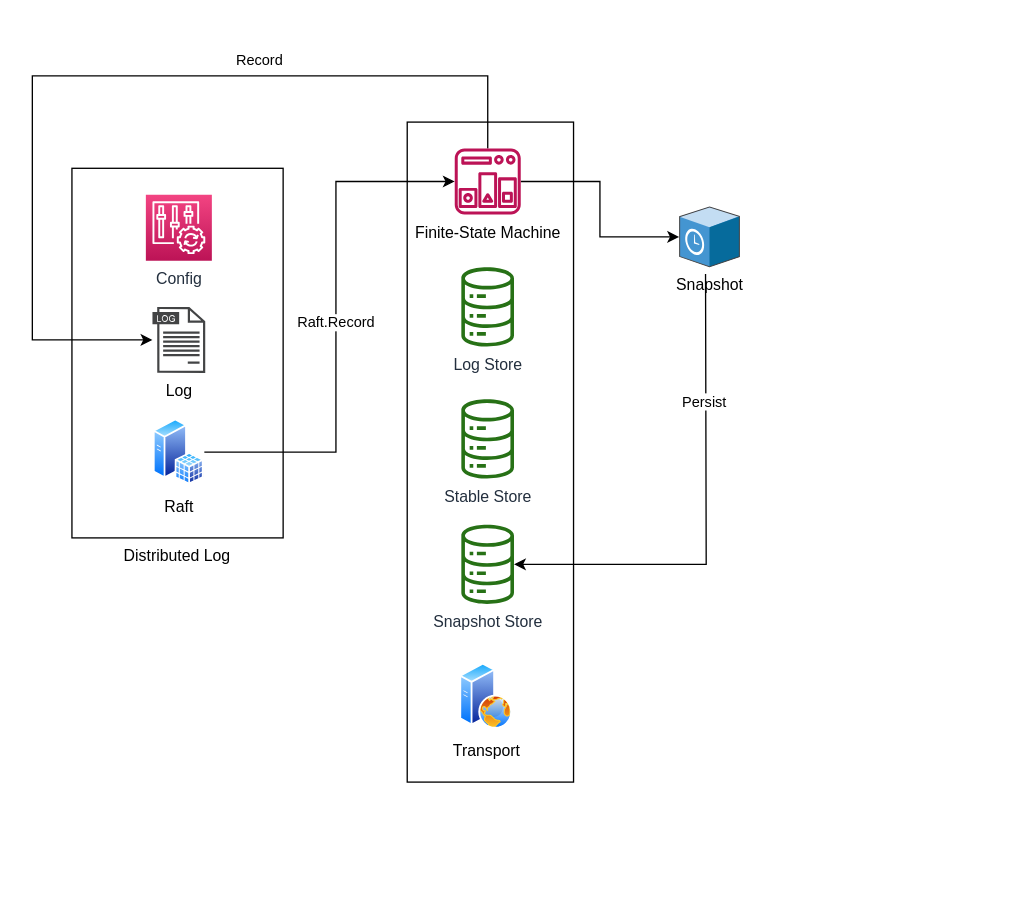
Before: page "Raft in Service" (5 of 5) of DistributedServicesWithGo/documents/DistributedServicesWithGo.drawio in utwoo/DistributedServicesWithGo, a draw.io diagram. Source tidied: cells renumbered, new cells numbered last; positions are measured from the earlier drawing's top-left corner, leaving out a move shared by most shapes. Both pictures are drawn from the tidied source at 132%, with x=0, y=0 at pixel (32, 75).
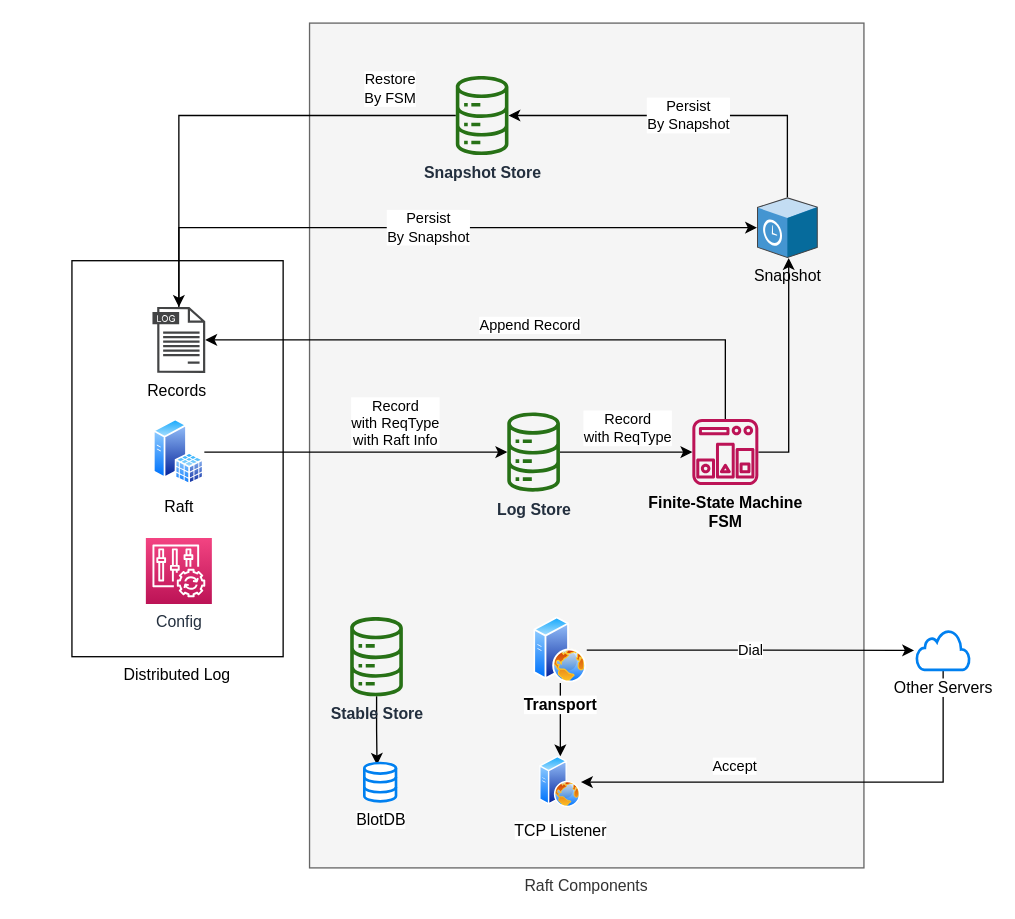
The same diagram, later.

Commit message (it also covers changes not shown here):
Chapter 8: Test the Distributed Log

Diff of the diagram source:
```diff
@@
-    <mxCell id="2" style="rounded=0;whiteSpace=wrap;html=1;" parent="1" vertex="1">
-      <mxGeometry x="284" y="35" width="126" height="500" as="geometry" />
-    </mxCell>
-    <mxCell id="3" style="group;" parent="1" vertex="1">
-      <mxGeometry x="30" y="70" width="160" height="280" as="geometry" />
-    </mxCell>
+    <mxCell id="18" value="Raft Components" style="rounded=0;whiteSpace=wrap;html=1;fillColor=#f5f5f5;strokeColor=#666666;fontColor=#333333;labelPosition=center;verticalLabelPosition=bottom;align=center;verticalAlign=top;" parent="1" vertex="1">
+      <mxGeometry x="210" y="-40" width="420" height="640" as="geometry" />
+    </mxCell>
-    <mxCell id="4" value="Distributed Log" style="rounded=0;whiteSpace=wrap;html=1;labelPosition=center;verticalLabelPosition=bottom;align=center;verticalAlign=top;" parent="3" vertex="1">
-      <mxGeometry width="160" height="280" as="geometry" />
+    <mxCell id="4" value="Distributed Log" style="rounded=0;whiteSpace=wrap;html=1;labelPosition=center;verticalLabelPosition=bottom;align=center;verticalAlign=top;" parent="1" vertex="1">
+      <mxGeometry x="30" y="140" width="160" height="300" as="geometry" />
     </mxCell>
+    <mxCell id="8" style="edgeStyle=orthogonalEdgeStyle;rounded=0;jettySize=auto;html=1;" parent="1" edge="1" source="11" target="6">
+      <mxGeometry relative="1" as="geometry">
+        <Array as="points">
+          <mxPoint x="525" y="200" />
+        </Array>
+      </mxGeometry>
+    </mxCell>
+    <mxCell id="19" value="Append Record" style="edgeLabel;html=1;align=center;verticalAlign=middle;" parent="8" vertex="1">
+      <mxGeometry x="-0.19" y="-2" relative="1" as="geometry">
+        <mxPoint x="-24.1" y="-10" as="offset" />
+      </mxGeometry>
+    </mxCell>
+    <mxCell id="9" style="edgeStyle=orthogonalEdgeStyle;rounded=0;jettySize=auto;html=1;" parent="1" edge="1" source="11" target="17">
+      <mxGeometry relative="1" as="geometry">
+        <Array as="points">
+          <mxPoint x="573" y="285" />
+        </Array>
+      </mxGeometry>
+    </mxCell>
+    <mxCell id="11" value="&lt;span style=&quot;color: rgb(0 , 0 , 0)&quot;&gt;Finite-State Machine&lt;br&gt;FSM&lt;br&gt;&lt;/span&gt;" style="outlineConnect=0;fontColor=#232F3E;gradientColor=none;fillColor=#BC1356;strokeColor=none;dashed=0;verticalLabelPosition=bottom;verticalAlign=top;align=center;html=1;fontSize=12;fontStyle=1;shape=mxgraph.aws4.state_manager;" parent="1" vertex="1">
+      <mxGeometry x="500" y="260" width="50" height="50" as="geometry" />
+    </mxCell>
+    <mxCell id="20" value="Record&lt;br&gt;with ReqType" style="edgeStyle=orthogonalEdgeStyle;rounded=0;jettySize=auto;html=1;" parent="1" edge="1" source="12" target="11">
+      <mxGeometry x="0.02" y="18" relative="1" as="geometry" />
+    </mxCell>
+    <mxCell id="12" value="Log Store" style="outlineConnect=0;fontColor=#232F3E;gradientColor=none;fillColor=#277116;strokeColor=none;dashed=0;verticalLabelPosition=bottom;verticalAlign=top;align=center;html=1;fontSize=12;fontStyle=1;shape=mxgraph.aws4.iot_analytics_data_store;" parent="1" vertex="1">
+      <mxGeometry x="359" y="255" width="41.5" height="60" as="geometry" />
+    </mxCell>
+    <mxCell id="21" style="edgeStyle=orthogonalEdgeStyle;rounded=0;jettySize=auto;html=1;entryX=0.401;entryY=0.048;entryDx=0;entryDy=0;entryPerimeter=0;" parent="1" edge="1" source="13" target="29">
+      <mxGeometry relative="1" as="geometry" />
+    </mxCell>
+    <mxCell id="13" value="Stable Store" style="outlineConnect=0;fontColor=#232F3E;gradientColor=none;fillColor=#277116;strokeColor=none;dashed=0;verticalLabelPosition=bottom;verticalAlign=top;align=center;html=1;fontSize=12;fontStyle=1;shape=mxgraph.aws4.iot_analytics_data_store;" parent="1" vertex="1">
+      <mxGeometry x="240" y="410" width="41.5" height="60" as="geometry" />
+    </mxCell>
+    <mxCell id="22" style="edgeStyle=orthogonalEdgeStyle;rounded=0;jettySize=auto;html=1;" parent="1" edge="1" source="14" target="30">
+      <mxGeometry relative="1" as="geometry" />
+    </mxCell>
+    <mxCell id="23" value="Dial" style="edgeStyle=orthogonalEdgeStyle;rounded=0;jettySize=auto;html=1;entryX=-0.05;entryY=0.507;entryDx=0;entryDy=0;entryPerimeter=0;" parent="1" edge="1" source="14" target="32">
+      <mxGeometry relative="1" as="geometry" />
+    </mxCell>
+    <mxCell id="14" value="Transport" style="perimeter=ellipsePerimeter;html=1;align=center;shadow=0;dashed=0;spacingTop=3;image;image=img/lib/active_directory/web_server.svg;fontStyle=1;" parent="1" vertex="1">
+      <mxGeometry x="380" y="410" width="40" height="50" as="geometry" />
+    </mxCell>
+    <mxCell id="24" value="Restore&lt;br&gt;By FSM" style="edgeStyle=orthogonalEdgeStyle;rounded=0;jettySize=auto;html=1;" parent="1" edge="1" source="16" target="6">
+      <mxGeometry x="-0.72" y="-20" relative="1" as="geometry" />
+    </mxCell>
+    <mxCell id="16" value="Snapshot Store" style="outlineConnect=0;fontColor=#232F3E;gradientColor=none;fillColor=#277116;strokeColor=none;dashed=0;verticalLabelPosition=bottom;verticalAlign=top;align=center;html=1;fontSize=12;fontStyle=1;shape=mxgraph.aws4.iot_analytics_data_store;" parent="1" vertex="1">
+      <mxGeometry x="320" width="41.5" height="60" as="geometry" />
+    </mxCell>
+    <mxCell id="25" value="Persist&lt;br&gt;By Snapshot" style="edgeStyle=orthogonalEdgeStyle;rounded=0;jettySize=auto;html=1;" parent="1" edge="1" source="17" target="16">
+      <mxGeometry relative="1" as="geometry">
+        <Array as="points">
+          <mxPoint x="572" y="30" />
+        </Array>
+      </mxGeometry>
+    </mxCell>
+    <mxCell id="17" value="Snapshot" style="shadow=0;dashed=0;html=1;labelPosition=center;verticalLabelPosition=bottom;verticalAlign=top;align=center;outlineConnect=0;shape=mxgraph.veeam.3d.failover_protective_snapshot;" parent="1" vertex="1">
+      <mxGeometry x="549" y="92" width="46" height="46" as="geometry" />
+    </mxCell>
+    <mxCell id="26" style="edgeStyle=orthogonalEdgeStyle;rounded=0;jettySize=auto;html=1;" parent="1" edge="1" source="7" target="12">
+      <mxGeometry relative="1" as="geometry" />
+    </mxCell>
+    <mxCell id="27" value="Record&lt;br&gt;with ReqType&lt;br&gt;with Raft Info" style="edgeLabel;html=1;align=center;verticalAlign=middle;" parent="26" vertex="1">
+      <mxGeometry x="0.23" y="-2" relative="1" as="geometry">
+        <mxPoint x="2.8" y="-25" as="offset" />
+      </mxGeometry>
+    </mxCell>
-    <mxCell id="5" value="Config" style="fontColor=#232F3E;gradientColor=#F34482;gradientDirection=north;fillColor=#BC1356;strokeColor=#ffffff;dashed=0;verticalLabelPosition=bottom;verticalAlign=top;align=center;html=1;fontSize=12;fontStyle=0;shape=mxgraph.aws4.resourceIcon;resIcon=mxgraph.aws4.config;" parent="3" vertex="1">
-      <mxGeometry x="56" y="20" width="50" height="50" as="geometry" />
+    <mxCell id="5" value="Config" style="fontColor=#232F3E;gradientColor=#F34482;gradientDirection=north;fillColor=#BC1356;strokeColor=#ffffff;dashed=0;verticalLabelPosition=bottom;verticalAlign=top;align=center;html=1;fontSize=12;fontStyle=0;shape=mxgraph.aws4.resourceIcon;resIcon=mxgraph.aws4.config;" parent="1" vertex="1">
+      <mxGeometry x="86" y="350" width="50" height="50" as="geometry" />
     </mxCell>
+    <mxCell id="28" value="Persist&lt;br&gt;By Snapshot" style="edgeStyle=orthogonalEdgeStyle;rounded=0;jettySize=auto;html=1;" parent="1" edge="1" source="6" target="17">
+      <mxGeometry relative="1" as="geometry">
+        <Array as="points">
+          <mxPoint x="111" y="115" />
+        </Array>
+      </mxGeometry>
+    </mxCell>
-    <mxCell id="6" value="Log" style="shadow=0;dashed=0;html=1;strokeColor=none;fillColor=#434445;labelPosition=center;verticalLabelPosition=bottom;verticalAlign=top;align=center;outlineConnect=0;shape=mxgraph.vvd.log_files;" parent="3" vertex="1">
-      <mxGeometry x="61" y="105" width="40" height="50" as="geometry" />
+    <mxCell id="6" value="Records&amp;nbsp;" style="shadow=0;dashed=0;html=1;strokeColor=none;fillColor=#434445;labelPosition=center;verticalLabelPosition=bottom;verticalAlign=top;align=center;outlineConnect=0;shape=mxgraph.vvd.log_files;" parent="1" vertex="1">
+      <mxGeometry x="91" y="175" width="40" height="50" as="geometry" />
     </mxCell>
-    <mxCell id="7" value="Raft" style="perimeter=ellipsePerimeter;html=1;align=center;shadow=0;dashed=0;spacingTop=3;image;image=img/lib/active_directory/sql_server.svg;verticalAlign=top;" parent="3" vertex="1">
-      <mxGeometry x="61.8" y="190" width="38.5" height="50" as="geometry" />
+    <mxCell id="7" value="Raft" style="perimeter=ellipsePerimeter;html=1;align=center;shadow=0;dashed=0;spacingTop=3;image;image=img/lib/active_directory/sql_server.svg;verticalAlign=top;" parent="1" vertex="1">
+      <mxGeometry x="91.8" y="260" width="38.5" height="50" as="geometry" />
     </mxCell>
-    <mxCell id="8" value="Record" style="edgeStyle=orthogonalEdgeStyle;rounded=0;jettySize=auto;html=1;" parent="1" edge="1" source="11" target="6">
-      <mxGeometry x="-0.34" y="-12" relative="1" as="geometry">
-        <Array as="points">
-          <mxPoint x="345" />
-          <mxPoint />
-          <mxPoint y="200" />
-        </Array>
-      </mxGeometry>
-    </mxCell>
-    <mxCell id="9" style="edgeStyle=orthogonalEdgeStyle;rounded=0;jettySize=auto;html=1;" parent="1" edge="1" source="11" target="17">
-      <mxGeometry relative="1" as="geometry" />
-    </mxCell>
-    <mxCell id="10" value="Raft.Record" style="edgeStyle=orthogonalEdgeStyle;rounded=0;jettySize=auto;html=1;entryX=1;entryY=0.5;entryDx=0;entryDy=0;startArrow=classic;startFill=1;endArrow=none;endFill=0;" parent="1" edge="1" source="11" target="7">
-      <mxGeometry relative="1" as="geometry">
-        <Array as="points">
-          <mxPoint x="230" y="80" />
-          <mxPoint x="230" y="285" />
-        </Array>
-      </mxGeometry>
-    </mxCell>
-    <mxCell id="11" value="&lt;span style=&quot;color: rgb(0 , 0 , 0)&quot;&gt;Finite-State Machine&lt;/span&gt;" style="outlineConnect=0;fontColor=#232F3E;gradientColor=none;fillColor=#BC1356;strokeColor=none;dashed=0;verticalLabelPosition=bottom;verticalAlign=top;align=center;html=1;fontSize=12;fontStyle=0;shape=mxgraph.aws4.state_manager;" parent="1" vertex="1">
-      <mxGeometry x="320" y="55" width="50" height="50" as="geometry" />
-    </mxCell>
-    <mxCell id="12" value="Log Store" style="outlineConnect=0;fontColor=#232F3E;gradientColor=none;fillColor=#277116;strokeColor=none;dashed=0;verticalLabelPosition=bottom;verticalAlign=top;align=center;html=1;fontSize=12;fontStyle=0;shape=mxgraph.aws4.iot_analytics_data_store;" parent="1" vertex="1">
-      <mxGeometry x="324.2" y="145" width="41.5" height="60" as="geometry" />
-    </mxCell>
-    <mxCell id="13" value="Stable Store" style="outlineConnect=0;fontColor=#232F3E;gradientColor=none;fillColor=#277116;strokeColor=none;dashed=0;verticalLabelPosition=bottom;verticalAlign=top;align=center;html=1;fontSize=12;fontStyle=0;shape=mxgraph.aws4.iot_analytics_data_store;" parent="1" vertex="1">
-      <mxGeometry x="324.2" y="245" width="41.5" height="60" as="geometry" />
-    </mxCell>
-    <mxCell id="14" value="Transport" style="perimeter=ellipsePerimeter;html=1;align=center;shadow=0;dashed=0;spacingTop=3;image;image=img/lib/active_directory/web_server.svg;" parent="1" vertex="1">
-      <mxGeometry x="324" y="445" width="40" height="50" as="geometry" />
-    </mxCell>
-    <mxCell id="15" value="Persist" style="edgeStyle=orthogonalEdgeStyle;rounded=0;jettySize=auto;html=1;startArrow=classic;startFill=1;endArrow=none;endFill=0;" parent="1" edge="1" source="16">
-      <mxGeometry x="0.47" y="1" relative="1" as="geometry">
-        <mxPoint x="510" y="150" as="targetPoint" />
-      </mxGeometry>
-    </mxCell>
-    <mxCell id="16" value="Snapshot Store" style="outlineConnect=0;fontColor=#232F3E;gradientColor=none;fillColor=#277116;strokeColor=none;dashed=0;verticalLabelPosition=bottom;verticalAlign=top;align=center;html=1;fontSize=12;fontStyle=0;shape=mxgraph.aws4.iot_analytics_data_store;" parent="1" vertex="1">
-      <mxGeometry x="324.2" y="340" width="41.5" height="60" as="geometry" />
-    </mxCell>
-    <mxCell id="17" value="Snapshot" style="shadow=0;dashed=0;html=1;labelPosition=center;verticalLabelPosition=bottom;verticalAlign=top;align=center;outlineConnect=0;shape=mxgraph.veeam.3d.failover_protective_snapshot;" parent="1" vertex="1">
-      <mxGeometry x="490" y="99" width="46" height="46" as="geometry" />
-    </mxCell>
+    <mxCell id="29" value="BlotDB" style="html=1;verticalLabelPosition=bottom;align=center;labelBackgroundColor=#ffffff;verticalAlign=top;strokeWidth=2;strokeColor=#0080F0;shadow=0;dashed=0;shape=mxgraph.ios7.icons.data;" parent="1" vertex="1">
+      <mxGeometry x="251.5" y="520.5" width="24" height="29.1" as="geometry" />
+    </mxCell>
+    <mxCell id="30" value="TCP Listener" style="perimeter=ellipsePerimeter;html=1;align=center;shadow=0;dashed=0;spacingTop=3;image;image=img/lib/active_directory/web_server.svg;" parent="1" vertex="1">
+      <mxGeometry x="384.4" y="515.5" width="31.2" height="39" as="geometry" />
+    </mxCell>
+    <mxCell id="31" value="Accept" style="edgeStyle=orthogonalEdgeStyle;rounded=0;jettySize=auto;html=1;entryX=1;entryY=0.5;entryDx=0;entryDy=0;" parent="1" edge="1" source="32" target="30">
+      <mxGeometry x="0.35" y="-12" relative="1" as="geometry">
+        <Array as="points">
+          <mxPoint x="690" y="535" />
+        </Array>
+      </mxGeometry>
+    </mxCell>
+    <mxCell id="32" value="Other Servers" style="html=1;verticalLabelPosition=bottom;align=center;labelBackgroundColor=#ffffff;verticalAlign=top;strokeWidth=2;strokeColor=#0080F0;shadow=0;dashed=0;shape=mxgraph.ios7.icons.cloud;" parent="1" vertex="1">
+      <mxGeometry x="670" y="420" width="40" height="30" as="geometry" />
+    </mxCell>
```
